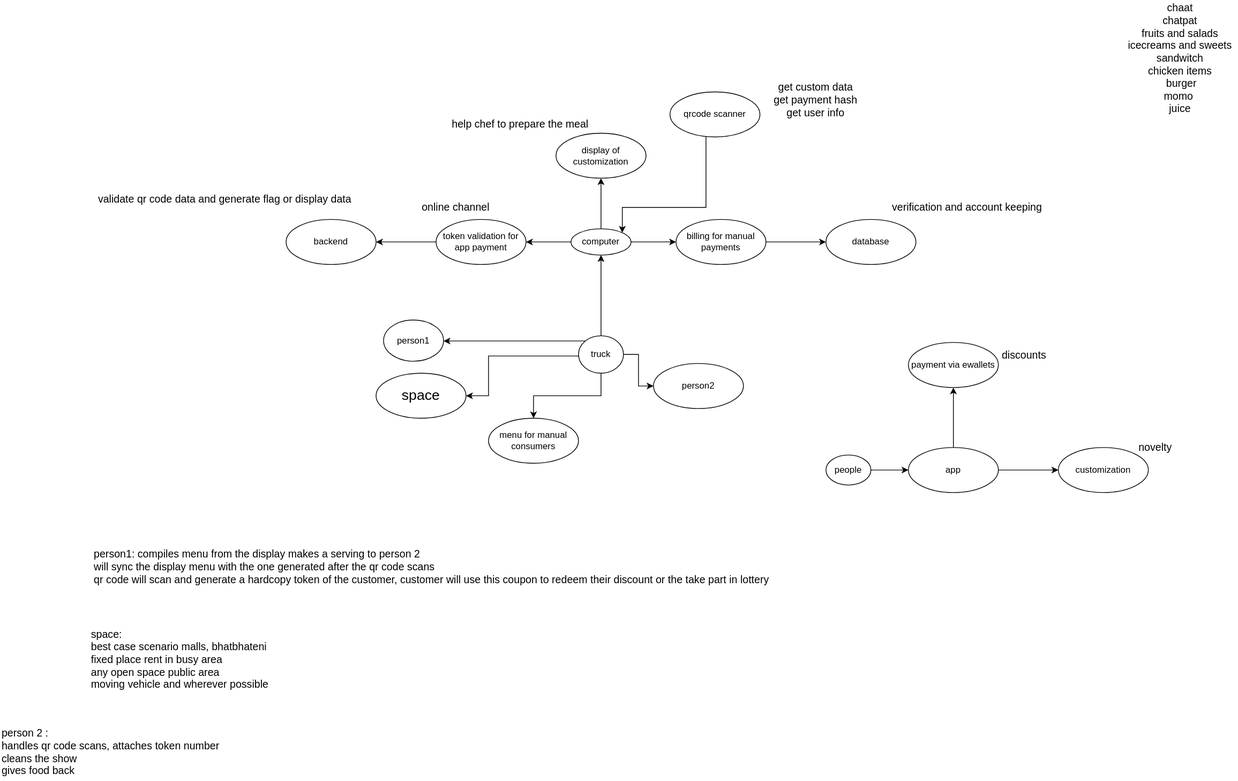
chauchausoup/major_diagrams keeps this draw.io diagram as plan.drawio.svg. Above is the earlier version. Source tidied: cells renumbered, new cells last; positions are measured from the earlier drawing's top-left corner, leaving out a move shared by most shapes. The source it was exported from:
```xml
<mxGraphModel>
  <root>
    <mxCell id="0" />
    <mxCell id="1" parent="0" />
    <mxCell id="2" style="edgeStyle=orthogonalEdgeStyle;rounded=0;jettySize=auto;html=1;" parent="1" edge="1" source="7" target="13">
      <mxGeometry relative="1" as="geometry" />
    </mxCell>
    <mxCell id="3" style="edgeStyle=orthogonalEdgeStyle;rounded=0;jettySize=auto;html=1;" parent="1" edge="1" source="7" target="14">
      <mxGeometry relative="1" as="geometry">
        <Array as="points">
          <mxPoint x="739" y="454" />
          <mxPoint x="739" y="454" />
        </Array>
      </mxGeometry>
    </mxCell>
    <mxCell id="4" style="edgeStyle=orthogonalEdgeStyle;rounded=0;jettySize=auto;html=1;" parent="1" edge="1" source="7" target="15">
      <mxGeometry relative="1" as="geometry">
        <Array as="points">
          <mxPoint x="651" y="474" />
          <mxPoint x="651" y="527" />
        </Array>
      </mxGeometry>
    </mxCell>
    <mxCell id="5" style="edgeStyle=orthogonalEdgeStyle;rounded=0;jettySize=auto;html=1;fontSize=19;" parent="1" edge="1" source="7" target="23">
      <mxGeometry relative="1" as="geometry" />
    </mxCell>
    <mxCell id="6" style="edgeStyle=orthogonalEdgeStyle;rounded=0;jettySize=auto;html=1;fontSize=14;" parent="1" edge="1" source="7" target="38">
      <mxGeometry relative="1" as="geometry" />
    </mxCell>
    <mxCell id="7" value="truck&lt;br&gt;" style="ellipse;whiteSpace=wrap;html=1;" parent="1" vertex="1">
      <mxGeometry x="771" y="447" width="60" height="50" as="geometry" />
    </mxCell>
    <mxCell id="8" style="edgeStyle=orthogonalEdgeStyle;rounded=0;jettySize=auto;html=1;fontSize=19;" parent="1" edge="1" source="9" target="26">
      <mxGeometry relative="1" as="geometry" />
    </mxCell>
    <mxCell id="9" value="people" style="ellipse;whiteSpace=wrap;html=1;" parent="1" vertex="1">
      <mxGeometry x="1101" y="606" width="60" height="40" as="geometry" />
    </mxCell>
    <mxCell id="10" style="edgeStyle=orthogonalEdgeStyle;rounded=0;jettySize=auto;html=1;fontSize=19;" parent="1" edge="1" source="13" target="16">
      <mxGeometry relative="1" as="geometry" />
    </mxCell>
    <mxCell id="11" style="edgeStyle=orthogonalEdgeStyle;rounded=0;jettySize=auto;html=1;fontSize=19;" parent="1" edge="1" source="13" target="18">
      <mxGeometry relative="1" as="geometry" />
    </mxCell>
    <mxCell id="12" style="edgeStyle=orthogonalEdgeStyle;rounded=0;jettySize=auto;html=1;fontSize=19;" parent="1" edge="1" source="13" target="20">
      <mxGeometry relative="1" as="geometry" />
    </mxCell>
    <mxCell id="13" value="computer&lt;br&gt;" style="ellipse;whiteSpace=wrap;html=1;" parent="1" vertex="1">
      <mxGeometry x="761" y="304.5" width="80" height="35" as="geometry" />
    </mxCell>
    <mxCell id="14" value="person1" style="ellipse;whiteSpace=wrap;html=1;" parent="1" vertex="1">
      <mxGeometry x="511" y="426" width="80" height="55" as="geometry" />
    </mxCell>
    <mxCell id="15" value="&lt;font style=&quot;font-size: 19px&quot;&gt;space&lt;/font&gt;" style="ellipse;whiteSpace=wrap;html=1;" parent="1" vertex="1">
      <mxGeometry x="501" y="497" width="120" height="60" as="geometry" />
    </mxCell>
    <mxCell id="16" value="display of customization" style="ellipse;whiteSpace=wrap;html=1;" parent="1" vertex="1">
      <mxGeometry x="741" y="177" width="120" height="60" as="geometry" />
    </mxCell>
    <mxCell id="17" style="edgeStyle=orthogonalEdgeStyle;rounded=0;jettySize=auto;html=1;fontSize=19;" parent="1" edge="1" source="18" target="22">
      <mxGeometry relative="1" as="geometry" />
    </mxCell>
    <mxCell id="18" value="token validation for app payment" style="ellipse;whiteSpace=wrap;html=1;" parent="1" vertex="1">
      <mxGeometry x="581" y="292" width="120" height="60" as="geometry" />
    </mxCell>
    <mxCell id="19" style="edgeStyle=orthogonalEdgeStyle;rounded=0;jettySize=auto;html=1;fontSize=19;" parent="1" edge="1" source="20" target="21">
      <mxGeometry relative="1" as="geometry" />
    </mxCell>
    <mxCell id="20" value="billing for manual payments" style="ellipse;whiteSpace=wrap;html=1;" parent="1" vertex="1">
      <mxGeometry x="901" y="292" width="120" height="60" as="geometry" />
    </mxCell>
    <mxCell id="21" value="database&lt;br&gt;" style="ellipse;whiteSpace=wrap;html=1;" parent="1" vertex="1">
      <mxGeometry x="1101" y="292" width="120" height="60" as="geometry" />
    </mxCell>
    <mxCell id="22" value="backend" style="ellipse;whiteSpace=wrap;html=1;" parent="1" vertex="1">
      <mxGeometry x="381" y="292" width="120" height="60" as="geometry" />
    </mxCell>
    <mxCell id="23" value="person2" style="ellipse;whiteSpace=wrap;html=1;" parent="1" vertex="1">
      <mxGeometry x="871" y="484" width="120" height="60" as="geometry" />
    </mxCell>
    <mxCell id="24" style="edgeStyle=orthogonalEdgeStyle;rounded=0;jettySize=auto;html=1;fontSize=19;" parent="1" edge="1" source="26" target="27">
      <mxGeometry relative="1" as="geometry" />
    </mxCell>
    <mxCell id="25" style="edgeStyle=orthogonalEdgeStyle;rounded=0;jettySize=auto;html=1;fontSize=19;" parent="1" edge="1" source="26" target="28">
      <mxGeometry relative="1" as="geometry" />
    </mxCell>
    <mxCell id="26" value="app&lt;br&gt;" style="ellipse;whiteSpace=wrap;html=1;" parent="1" vertex="1">
      <mxGeometry x="1211" y="596" width="120" height="60" as="geometry" />
    </mxCell>
    <mxCell id="27" value="customization&lt;br&gt;" style="ellipse;whiteSpace=wrap;html=1;" parent="1" vertex="1">
      <mxGeometry x="1411" y="596" width="120" height="60" as="geometry" />
    </mxCell>
    <mxCell id="28" value="payment via ewallets&lt;br&gt;" style="ellipse;whiteSpace=wrap;html=1;" parent="1" vertex="1">
      <mxGeometry x="1211" y="456" width="120" height="60" as="geometry" />
    </mxCell>
    <mxCell id="29" style="edgeStyle=orthogonalEdgeStyle;rounded=0;jettySize=auto;html=1;fontSize=19;entryX=1;entryY=0;entryDx=0;entryDy=0;" parent="1" edge="1" source="30" target="13">
      <mxGeometry relative="1" as="geometry">
        <Array as="points">
          <mxPoint x="941" y="276" />
          <mxPoint x="829" y="276" />
        </Array>
      </mxGeometry>
    </mxCell>
    <mxCell id="30" value="qrcode scanner&lt;br&gt;" style="ellipse;whiteSpace=wrap;html=1;" parent="1" vertex="1">
      <mxGeometry x="893" y="122" width="120" height="60" as="geometry" />
    </mxCell>
    <mxCell id="31" value="&lt;span style=&quot;font-size: 14px&quot;&gt;novelty&lt;br&gt;&lt;br&gt;&lt;/span&gt;" style="text;html=1;align=center;verticalAlign=middle;strokeColor=none;fillColor=none;fontSize=19;" parent="1" vertex="1">
      <mxGeometry x="1507" y="578" width="66" height="55" as="geometry" />
    </mxCell>
    <mxCell id="32" value="discounts&lt;br&gt;" style="text;html=1;align=center;verticalAlign=middle;strokeColor=none;fillColor=none;fontSize=14;" parent="1" vertex="1">
      <mxGeometry x="1326" y="462" width="77" height="22" as="geometry" />
    </mxCell>
    <mxCell id="33" value="online channel" style="text;html=1;align=center;verticalAlign=middle;strokeColor=none;fillColor=none;fontSize=14;" parent="1" vertex="1">
      <mxGeometry x="552" y="265" width="110" height="22" as="geometry" />
    </mxCell>
    <mxCell id="34" value="get custom data&lt;br&gt;get payment hash&lt;br&gt;get user info&lt;br&gt;" style="text;html=1;align=center;verticalAlign=middle;strokeColor=none;fillColor=none;fontSize=14;" parent="1" vertex="1">
      <mxGeometry x="1021" y="105" width="132" height="55" as="geometry" />
    </mxCell>
    <mxCell id="35" value="help chef to prepare the meal" style="text;html=1;align=center;verticalAlign=middle;strokeColor=none;fillColor=none;fontSize=14;" parent="1" vertex="1">
      <mxGeometry x="594" y="154" width="198" height="22" as="geometry" />
    </mxCell>
    <mxCell id="36" value="verification and account keeping" style="text;html=1;align=center;verticalAlign=middle;strokeColor=none;fillColor=none;fontSize=14;" parent="1" vertex="1">
      <mxGeometry x="1179" y="265" width="220" height="22" as="geometry" />
    </mxCell>
    <mxCell id="37" value="validate qr code data and generate flag or display data" style="text;html=1;align=center;verticalAlign=middle;strokeColor=none;fillColor=none;fontSize=14;" parent="1" vertex="1">
      <mxGeometry x="123" y="254" width="352" height="22" as="geometry" />
    </mxCell>
    <mxCell id="38" value="menu for manual consumers" style="ellipse;whiteSpace=wrap;html=1;" parent="1" vertex="1">
      <mxGeometry x="651" y="557" width="120" height="60" as="geometry" />
    </mxCell>
    <mxCell id="39" value="person1: compiles menu from the display makes a serving to person 2&lt;br&gt;will sync the display menu with the one generated after the qr code scans&lt;br&gt;qr code will scan and generate a hardcopy token of the customer, customer will use this coupon to redeem their discount or the take part in lottery&lt;br&gt;" style="text;html=1;align=left;verticalAlign=middle;strokeColor=none;fillColor=none;fontSize=14;" parent="1" vertex="1">
      <mxGeometry x="123" y="727" width="913" height="55" as="geometry" />
    </mxCell>
    <mxCell id="40" value="chaat&lt;br&gt;chatpat&lt;br&gt;fruits and salads&lt;br&gt;icecreams and sweets&lt;br&gt;sandwitch&lt;br&gt;chicken items&lt;br&gt;&amp;nbsp;burger&lt;br&gt;momo&amp;nbsp;&lt;br&gt;juice&lt;br&gt;" style="text;html=1;align=center;verticalAlign=middle;strokeColor=none;fillColor=none;fontSize=14;" parent="1" vertex="1">
      <mxGeometry x="1496" width="154" height="154" as="geometry" />
    </mxCell>
    <mxCell id="41" value="&lt;div style=&quot;text-align: left&quot;&gt;&lt;span&gt;space:&lt;/span&gt;&lt;/div&gt;&lt;div style=&quot;text-align: left&quot;&gt;&lt;span&gt;best case scenario malls, bhatbhateni&lt;/span&gt;&lt;/div&gt;&lt;div style=&quot;text-align: left&quot;&gt;&lt;span&gt;fixed place rent in busy area&lt;/span&gt;&lt;/div&gt;&lt;div style=&quot;text-align: left&quot;&gt;&lt;span&gt;any open space public area&lt;/span&gt;&lt;/div&gt;&lt;div style=&quot;text-align: left&quot;&gt;&lt;span&gt;moving vehicle and wherever possible&lt;/span&gt;&lt;/div&gt;&lt;div style=&quot;text-align: left&quot;&gt;&lt;span&gt;&lt;br&gt;&lt;/span&gt;&lt;/div&gt;" style="text;html=1;align=center;verticalAlign=middle;strokeColor=none;fillColor=none;fontSize=14;" parent="1" vertex="1">
      <mxGeometry x="112" y="832" width="253" height="110" as="geometry" />
    </mxCell>
    <mxCell id="42" value="person 2 :&lt;br&gt;handles qr code scans, attaches token number&lt;br&gt;cleans the show&lt;br&gt;gives food back" style="text;html=1;align=left;verticalAlign=middle;strokeColor=none;fillColor=none;fontSize=14;" parent="1" vertex="1">
      <mxGeometry y="963" width="308" height="77" as="geometry" />
    </mxCell>
  </root>
</mxGraphModel>
```
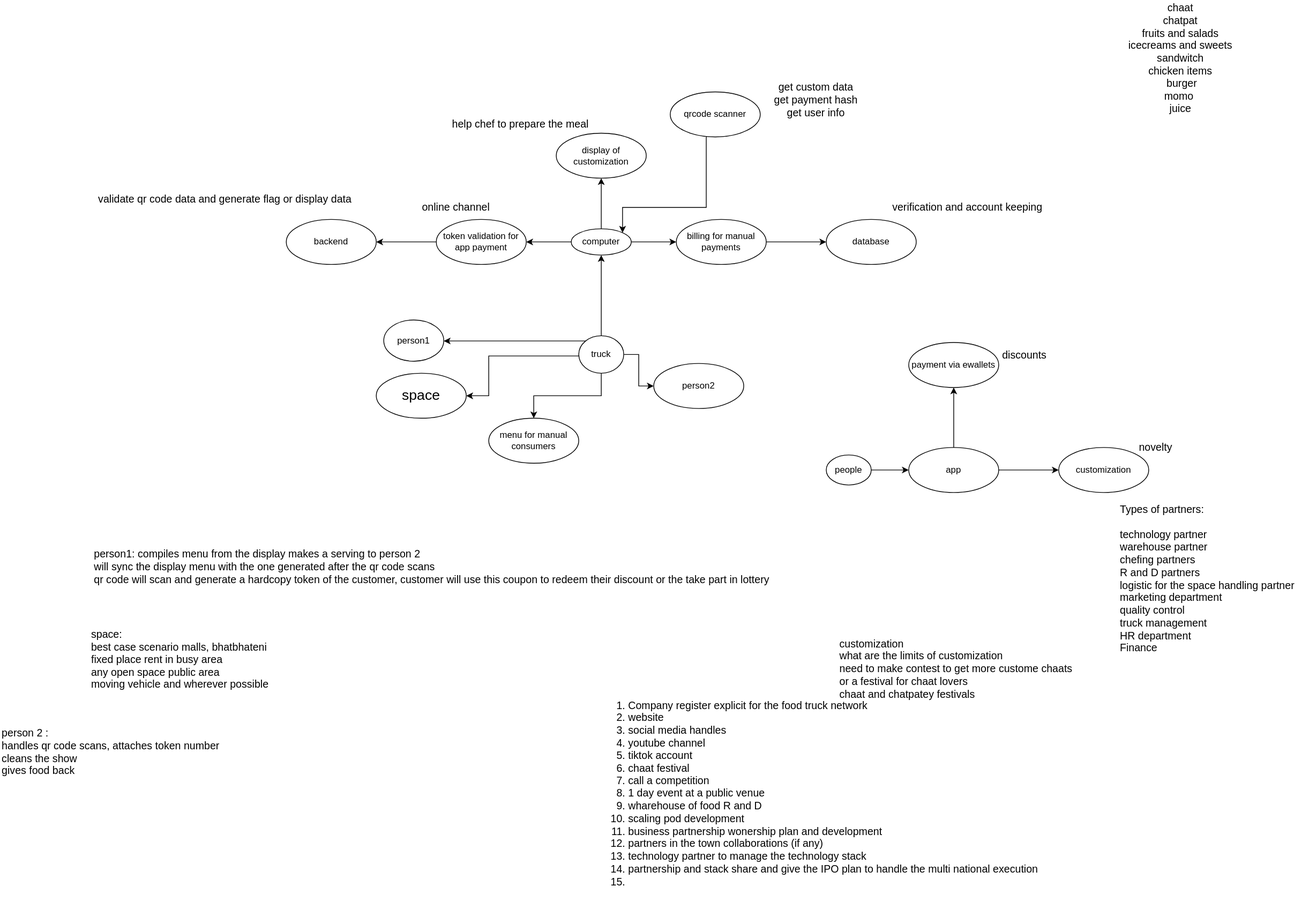
The same file after the commit.

Commit message:
partner concept introduced

Change to the diagram source:
```diff
@@ -140,5 +140,14 @@
     <mxCell id="42" value="person 2 :&lt;br&gt;handles qr code scans, attaches token number&lt;br&gt;cleans the show&lt;br&gt;gives food back" style="text;html=1;align=left;verticalAlign=middle;strokeColor=none;fillColor=none;fontSize=14;" parent="1" vertex="1">
       <mxGeometry y="963" width="308" height="77" as="geometry" />
     </mxCell>
+    <mxCell id="43" value="customization&amp;nbsp;&lt;br&gt;what are the limits of customization&lt;br&gt;need to make contest to get more custome chaats&lt;br&gt;or a festival for chaat lovers&lt;br&gt;chaat and chatpatey festivals&lt;br&gt;" style="text;html=1;align=left;verticalAlign=middle;strokeColor=none;fillColor=none;fontSize=14;" parent="1" vertex="1">
+      <mxGeometry x="1117" y="847" width="330" height="88" as="geometry" />
+    </mxCell>
+    <mxCell id="44" value="&lt;div style=&quot;text-align: left&quot;&gt;&lt;ol&gt;&lt;li&gt;&lt;span&gt;Company register explicit for the food truck network&lt;/span&gt;&lt;/li&gt;&lt;li&gt;&lt;span&gt;website&amp;nbsp;&lt;/span&gt;&lt;/li&gt;&lt;li&gt;&lt;span&gt;social media handles&lt;/span&gt;&lt;/li&gt;&lt;li&gt;&lt;span&gt;youtube channel&lt;/span&gt;&lt;/li&gt;&lt;li&gt;&lt;span&gt;tiktok account&amp;nbsp;&lt;/span&gt;&lt;/li&gt;&lt;li&gt;&lt;span&gt;chaat festival&lt;/span&gt;&lt;/li&gt;&lt;li&gt;&lt;span&gt;call a competition&lt;/span&gt;&lt;/li&gt;&lt;li&gt;&lt;span&gt;1 day event at a public venue&lt;/span&gt;&lt;/li&gt;&lt;li&gt;&lt;span&gt;wharehouse of food R and D&amp;nbsp;&lt;/span&gt;&lt;/li&gt;&lt;li&gt;&lt;span&gt;scaling pod development&lt;/span&gt;&lt;/li&gt;&lt;li&gt;&lt;span&gt;business partnership wonership plan and development&lt;/span&gt;&lt;/li&gt;&lt;li&gt;&lt;span&gt;partners in the town collaborations (if any)&lt;/span&gt;&lt;/li&gt;&lt;li&gt;&lt;span&gt;technology partner to manage the technology stack&lt;/span&gt;&lt;/li&gt;&lt;li&gt;&lt;span&gt;partnership and stack share and give the IPO plan to handle the multi national execution&lt;/span&gt;&lt;/li&gt;&lt;li&gt;&lt;span&gt;&lt;br&gt;&lt;/span&gt;&lt;/li&gt;&lt;/ol&gt;&lt;/div&gt;" style="text;html=1;align=center;verticalAlign=middle;strokeColor=none;fillColor=none;fontSize=14;" parent="1" vertex="1">
+      <mxGeometry x="787" y="914" width="605" height="286" as="geometry" />
+    </mxCell>
+    <mxCell id="45" value="Types of partners:&lt;br&gt;&lt;br&gt;technology partner&lt;br&gt;warehouse partner&lt;br&gt;chefing partners&lt;br&gt;R and D partners&lt;br&gt;logistic for the space handling partner&lt;br&gt;marketing department&lt;br&gt;quality control&lt;br&gt;truck management&lt;br&gt;HR department&lt;br&gt;Finance&lt;br&gt;" style="text;html=1;align=left;verticalAlign=middle;strokeColor=none;fillColor=none;fontSize=14;" parent="1" vertex="1">
+      <mxGeometry x="1491" y="666" width="253" height="209" as="geometry" />
+    </mxCell>
   </root>
 </mxGraphModel>
```
